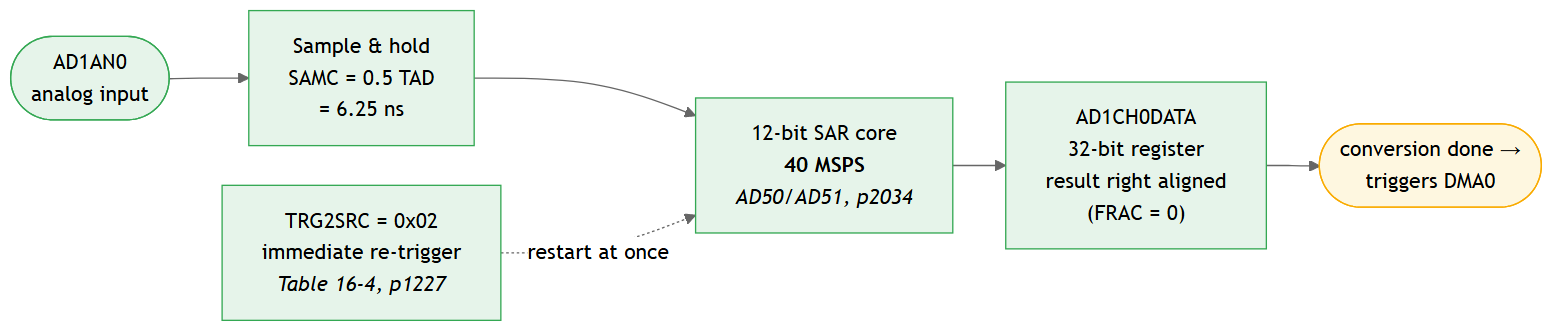
Before: docs/02_adc_path.png, a diagram exported from Mermaid (MicrochipTech/dspic33a-high-speed-adc-example). Its source is kept beside it as docs/02_adc_path.mmd.
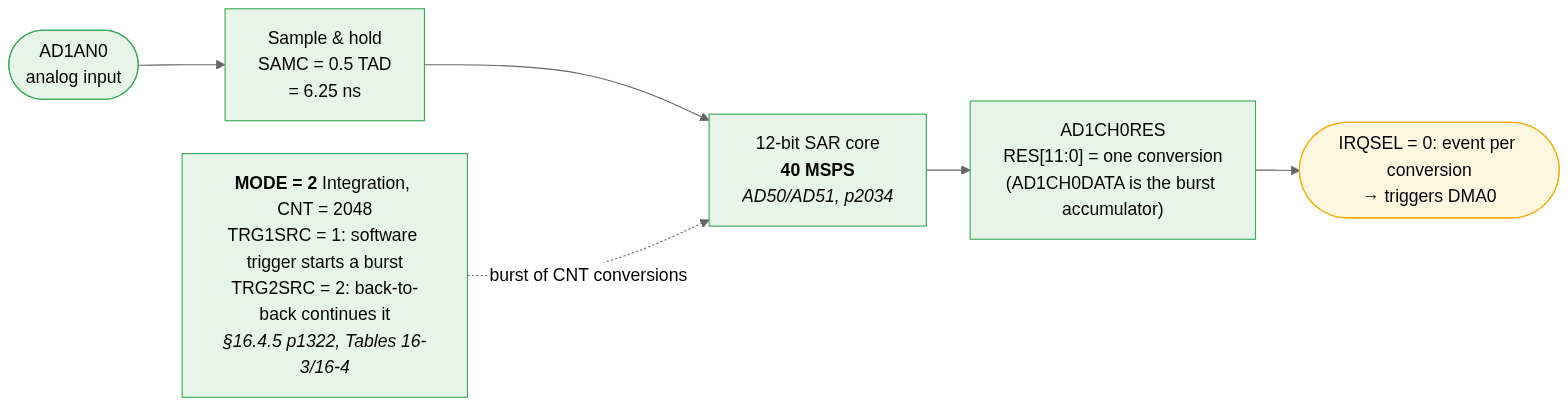
After the change.

Commit message:
Fix ADC trigger mode, DMA address window, status flag clearing and buffer switching

The edit, as a diff of the source:
```diff
@@ -3,14 +3,14 @@
 
     PIN(["AD1AN0<br/>analog input"]) --> SH["Sample &amp; hold<br/>SAMC = 0.5 TAD<br/>= 6.25 ns"]
     SH --> CORE["12-bit SAR core<br/><b>40 MSPS</b><br/><i>AD50/AD51, p2034</i>"]
-    TRG["TRG2SRC = 0x02<br/>immediate re-trigger<br/><i>Table 16-4, p1227</i>"] -. "restart at once" .-> CORE
-    CORE --> DATA["AD1CH0DATA<br/>32-bit register<br/>result right aligned<br/>(FRAC = 0)"]
-    DATA --> OUTP(["conversion done →<br/>triggers DMA0"])
+    TRG["<b>MODE = 2</b> Integration, CNT = 2048<br/>TRG1SRC = 1: software trigger starts a burst<br/>TRG2SRC = 2: back-to-back continues it<br/><i>§16.4.5 p1322, Tables 16-3/16-4</i>"] -. "burst of CNT conversions" .-> CORE
+    CORE --> RES["AD1CH0RES<br/>RES[11:0] = one conversion<br/>(AD1CH0DATA is the burst accumulator)"]
+    RES --> OUTP(["IRQSEL = 0: event per conversion<br/>→ triggers DMA0"])
 
     classDef adc  fill:#e6f4ea,stroke:#34a853
     classDef dma  fill:#fef7e0,stroke:#f9ab00
     classDef warn fill:#fff3f2,stroke:#d93025,stroke-width:2px
     classDef buf  fill:#ffffff,stroke:#5f6368
 
-    class PIN,SH,CORE,TRG,DATA adc
+    class PIN,SH,CORE,TRG,RES adc
     class OUTP dma
```
